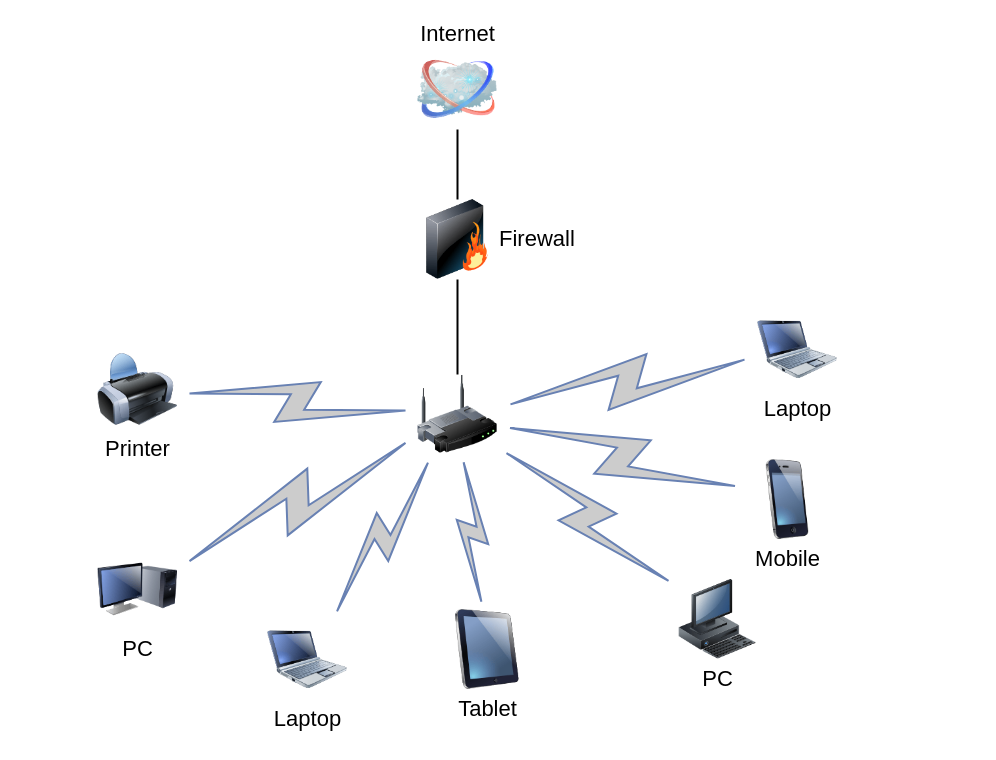
This is Untitled Diagram.drawio from horvath-bence/szgmgyak, a draw.io file, before an edit. Source tidied: cells renumbered, new cells numbered last; positions are measured from the earlier drawing's top-left corner, leaving out a move shared by most shapes. Both pictures are drawn from the tidied source at 100%, with x=0, y=0 at pixel (97, 49).
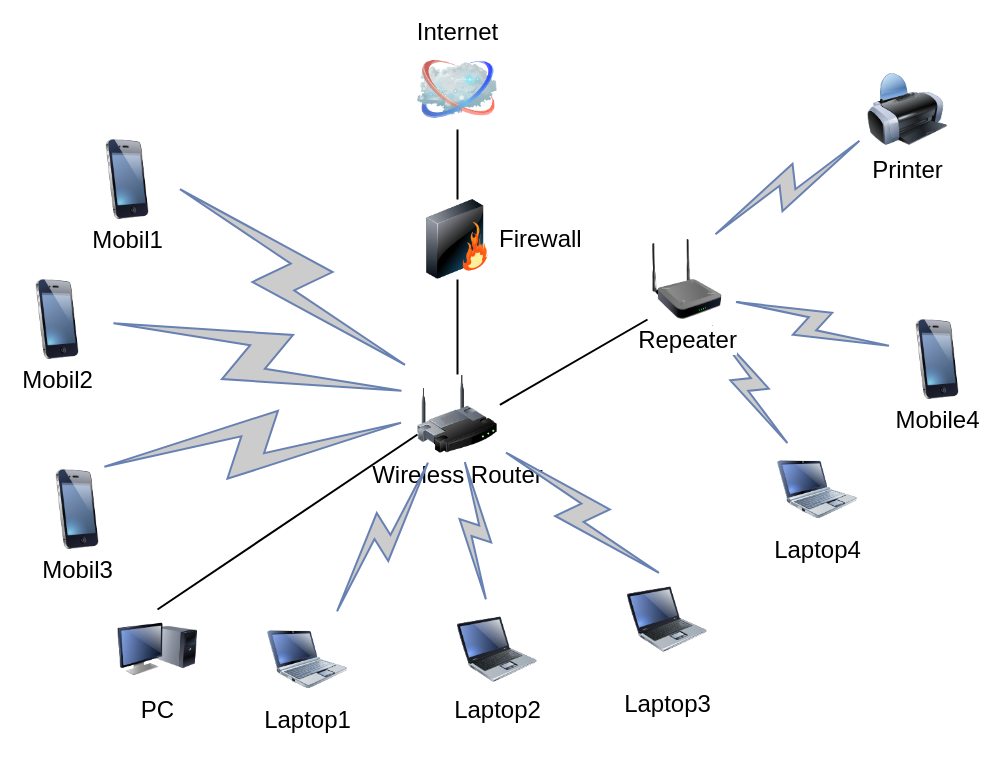
After the change.

Change to the diagram source:
```diff
@@
-    <mxCell id="3" style="image;html=1;labelBackgroundColor=#ffffff;image=img/lib/clip_art/networking/Wireless_Router_128x128.png;rounded=1;shadow=0;comic=0;strokeWidth=2;fontSize=22;" parent="1" vertex="1">
+    <mxCell id="3" value="&lt;font style=&quot;font-size: 24px&quot;&gt;Wireless Router&lt;/font&gt;" style="image;html=1;labelBackgroundColor=#ffffff;image=img/lib/clip_art/networking/Wireless_Router_128x128.png;rounded=1;shadow=0;comic=0;strokeWidth=2;fontSize=22;" parent="1" vertex="1">
       <mxGeometry x="320" y="325" width="80" height="80" as="geometry" />
     </mxCell>
-    <mxCell id="4" value="Internet" style="image;html=1;labelBackgroundColor=#ffffff;image=img/lib/clip_art/networking/Cloud_128x128.png;rounded=1;shadow=0;comic=0;strokeWidth=2;fontSize=22;labelPosition=center;verticalLabelPosition=top;align=center;verticalAlign=bottom;" parent="1" vertex="1">
+    <mxCell id="4" value="Internet" style="image;html=1;labelBackgroundColor=#ffffff;image=img/lib/clip_art/networking/Cloud_128x128.png;rounded=1;shadow=0;comic=0;strokeWidth=2;fontSize=24;labelPosition=center;verticalLabelPosition=top;align=center;verticalAlign=bottom;" parent="1" vertex="1">
       <mxGeometry x="320" width="80" height="80" as="geometry" />
     </mxCell>
@@
-    <mxCell id="6" value="Firewall" style="image;html=1;labelBackgroundColor=#ffffff;image=img/lib/clip_art/networking/Firewall_128x128.png;rounded=1;shadow=0;comic=0;strokeWidth=2;fontSize=22;labelPosition=right;verticalLabelPosition=middle;align=left;verticalAlign=middle;" parent="1" vertex="1">
+    <mxCell id="6" value="Firewall" style="image;html=1;labelBackgroundColor=#ffffff;image=img/lib/clip_art/networking/Firewall_128x128.png;rounded=1;shadow=0;comic=0;strokeWidth=2;fontSize=24;labelPosition=right;verticalLabelPosition=middle;align=left;verticalAlign=middle;" parent="1" vertex="1">
       <mxGeometry x="320" y="150" width="80" height="80" as="geometry" />
     </mxCell>
-    <mxCell id="7" value="Tablet" style="image;html=1;labelBackgroundColor=#ffffff;image=img/lib/clip_art/computers/iPad_128x128.png;rounded=1;shadow=0;comic=0;strokeWidth=2;fontSize=22;" parent="1" vertex="1">
-      <mxGeometry x="350" y="560" width="80" height="80" as="geometry" />
-    </mxCell>
-    <mxCell id="8" value="PC" style="image;html=1;labelBackgroundColor=#ffffff;image=img/lib/clip_art/computers/Monitor_Tower_128x128.png;rounded=1;shadow=0;comic=0;strokeWidth=2;fontSize=22;" parent="1" vertex="1">
-      <mxGeometry y="500" width="80" height="80" as="geometry" />
+    <mxCell id="8" value="PC" style="image;html=1;labelBackgroundColor=#ffffff;image=img/lib/clip_art/computers/Monitor_Tower_128x128.png;rounded=1;shadow=0;comic=0;strokeWidth=2;fontSize=24;" parent="1" vertex="1">
+      <mxGeometry x="20" y="560" width="80" height="80" as="geometry" />
     </mxCell>
-    <mxCell id="9" value="Printer" style="image;html=1;labelBackgroundColor=#ffffff;image=img/lib/clip_art/computers/Printer_128x128.png;rounded=1;shadow=0;comic=0;strokeWidth=2;fontSize=22;" parent="1" vertex="1">
-      <mxGeometry y="300" width="80" height="80" as="geometry" />
+    <mxCell id="9" value="Printer" style="image;html=1;labelBackgroundColor=#ffffff;image=img/lib/clip_art/computers/Printer_128x128.png;rounded=1;shadow=0;comic=0;strokeWidth=2;fontSize=24;" parent="1" vertex="1">
+      <mxGeometry x="770" y="20" width="80" height="80" as="geometry" />
     </mxCell>
-    <mxCell id="10" value="PC" style="image;html=1;labelBackgroundColor=#ffffff;image=img/lib/clip_art/computers/Workstation_128x128.png;rounded=1;shadow=0;comic=0;strokeWidth=2;fontSize=22;" parent="1" vertex="1">
-      <mxGeometry x="580" y="530" width="80" height="80" as="geometry" />
-    </mxCell>
-    <mxCell id="11" value="Mobile" style="image;html=1;labelBackgroundColor=#ffffff;image=img/lib/clip_art/telecommunication/iPhone_128x128.png;rounded=1;shadow=0;comic=0;strokeWidth=2;fontSize=22;" parent="1" vertex="1">
-      <mxGeometry x="650" y="410" width="80" height="80" as="geometry" />
+    <mxCell id="11" value="&lt;font style=&quot;font-size: 24px&quot;&gt;Mobile4&lt;/font&gt;" style="image;html=1;labelBackgroundColor=#ffffff;image=img/lib/clip_art/telecommunication/iPhone_128x128.png;rounded=1;shadow=0;comic=0;strokeWidth=2;fontSize=22;" parent="1" vertex="1">
+      <mxGeometry x="800" y="270" width="80" height="80" as="geometry" />
     </mxCell>
-    <mxCell id="12" value="Laptop" style="image;html=1;labelBackgroundColor=#ffffff;image=img/lib/clip_art/computers/Netbook_128x128.png;rounded=1;shadow=0;comic=0;strokeColor=#000000;strokeWidth=2;fillColor=#FFFFFF;fontSize=22;fontColor=#000000;" parent="1" vertex="1">
-      <mxGeometry x="660" y="260" width="80" height="80" as="geometry" />
+    <mxCell id="12" value="Laptop4" style="image;html=1;labelBackgroundColor=#ffffff;image=img/lib/clip_art/computers/Netbook_128x128.png;rounded=1;shadow=0;comic=0;strokeColor=#000000;strokeWidth=2;fillColor=#FFFFFF;fontSize=24;fontColor=#000000;" parent="1" vertex="1">
+      <mxGeometry x="680" y="400" width="80" height="80" as="geometry" />
     </mxCell>
-    <mxCell id="13" value="Laptop" style="image;html=1;labelBackgroundColor=#ffffff;image=img/lib/clip_art/computers/Netbook_128x128.png;rounded=1;shadow=0;comic=0;strokeWidth=2;fontSize=22;" parent="1" vertex="1">
+    <mxCell id="13" value="Laptop1" style="image;html=1;labelBackgroundColor=#ffffff;image=img/lib/clip_art/computers/Netbook_128x128.png;rounded=1;shadow=0;comic=0;strokeWidth=2;fontSize=24;" parent="1" vertex="1">
       <mxGeometry x="170" y="570" width="80" height="80" as="geometry" />
     </mxCell>
-    <mxCell id="14" style="html=1;fillColor=#CCCCCC;strokeColor=#6881B3;gradientColor=none;gradientDirection=north;strokeWidth=2;shape=mxgraph.networks.comm_link_edge;html=1;labelBackgroundColor=none;endArrow=none;fontFamily=Verdana;fontSize=22;fontColor=#000000;" parent="1" edge="1" source="9" target="3">
+    <mxCell id="14" style="html=1;fillColor=#CCCCCC;strokeColor=#6881B3;gradientColor=none;gradientDirection=north;strokeWidth=2;shape=mxgraph.networks.comm_link_edge;html=1;labelBackgroundColor=none;endArrow=none;fontFamily=Verdana;fontSize=22;fontColor=#000000;entryX=0.75;entryY=0;entryDx=0;entryDy=0;" parent="1" edge="1" source="9" target="23">
       <mxGeometry relative="1" as="geometry" />
     </mxCell>
-    <mxCell id="15" style="html=1;fillColor=#CCCCCC;strokeColor=#6881B3;gradientColor=none;gradientDirection=north;strokeWidth=2;shape=mxgraph.networks.comm_link_edge;html=1;labelBackgroundColor=none;endArrow=none;fontFamily=Verdana;fontSize=22;fontColor=#000000;fontStyle=1;" parent="1" edge="1" source="8" target="3">
+    <mxCell id="15" style="html=1;fillColor=#CCCCCC;strokeColor=#6881B3;gradientColor=none;gradientDirection=north;strokeWidth=2;shape=mxgraph.networks.comm_link_edge;html=1;labelBackgroundColor=none;endArrow=none;fontFamily=Verdana;fontSize=22;fontColor=#000000;fontStyle=1;exitX=0.63;exitY=-0.005;exitDx=0;exitDy=0;exitPerimeter=0;" parent="1" edge="1" source="25" target="3">
       <mxGeometry relative="1" as="geometry" />
     </mxCell>
@@
-    <mxCell id="17" style="html=1;fillColor=#CCCCCC;strokeColor=#6881B3;gradientColor=none;gradientDirection=north;strokeWidth=2;shape=mxgraph.networks.comm_link_edge;html=1;labelBackgroundColor=none;endArrow=none;fontFamily=Verdana;fontSize=22;fontColor=#000000;" parent="1" edge="1" source="7" target="3">
+    <mxCell id="17" style="html=1;fillColor=#CCCCCC;strokeColor=#6881B3;gradientColor=none;gradientDirection=north;strokeWidth=2;shape=mxgraph.networks.comm_link_edge;html=1;labelBackgroundColor=none;endArrow=none;fontFamily=Verdana;fontSize=22;fontColor=#000000;exitX=0.37;exitY=-0.032;exitDx=0;exitDy=0;exitPerimeter=0;" parent="1" edge="1" source="21" target="3">
       <mxGeometry relative="1" as="geometry" />
     </mxCell>
-    <mxCell id="18" style="html=1;fillColor=#CCCCCC;strokeColor=#6881B3;gradientColor=none;gradientDirection=north;strokeWidth=2;shape=mxgraph.networks.comm_link_edge;html=1;labelBackgroundColor=none;endArrow=none;fontFamily=Verdana;fontSize=22;fontColor=#000000;" parent="1" edge="1" source="10" target="3">
+    <mxCell id="18" style="html=1;fillColor=#CCCCCC;strokeColor=#6881B3;gradientColor=none;gradientDirection=north;strokeWidth=2;shape=mxgraph.networks.comm_link_edge;html=1;labelBackgroundColor=none;endArrow=none;fontFamily=Verdana;fontSize=22;fontColor=#000000;exitX=0.5;exitY=0;exitDx=0;exitDy=0;" parent="1" edge="1" source="22" target="3">
       <mxGeometry relative="1" as="geometry" />
     </mxCell>
-    <mxCell id="19" style="html=1;fillColor=#CCCCCC;strokeColor=#6881B3;gradientColor=none;gradientDirection=north;strokeWidth=2;shape=mxgraph.networks.comm_link_edge;html=1;labelBackgroundColor=none;endArrow=none;fontFamily=Verdana;fontSize=22;fontColor=#000000;" parent="1" edge="1" source="11" target="3">
+    <mxCell id="19" style="html=1;fillColor=#CCCCCC;strokeColor=#6881B3;gradientColor=none;gradientDirection=north;strokeWidth=2;shape=mxgraph.networks.comm_link_edge;html=1;labelBackgroundColor=none;endArrow=none;fontFamily=Verdana;fontSize=22;fontColor=#000000;entryX=1;entryY=0.75;entryDx=0;entryDy=0;" parent="1" edge="1" source="11" target="23">
       <mxGeometry relative="1" as="geometry" />
     </mxCell>
-    <mxCell id="20" style="html=1;fillColor=#CCCCCC;strokeColor=#6881B3;gradientColor=none;gradientDirection=north;strokeWidth=2;shape=mxgraph.networks.comm_link_edge;html=1;labelBackgroundColor=none;endArrow=none;fontFamily=Verdana;fontSize=22;fontColor=#000000;" parent="1" edge="1" source="12" target="3">
+    <mxCell id="20" style="html=1;fillColor=#CCCCCC;strokeColor=#6881B3;gradientColor=none;gradientDirection=north;strokeWidth=2;shape=mxgraph.networks.comm_link_edge;html=1;labelBackgroundColor=none;endArrow=none;fontFamily=Verdana;fontSize=22;fontColor=#000000;entryX=0.75;entryY=1;entryDx=0;entryDy=0;" parent="1" edge="1" source="12" target="23">
       <mxGeometry relative="1" as="geometry" />
     </mxCell>
+    <mxCell id="21" value="&lt;font style=&quot;font-size: 24px&quot;&gt;Laptop2&lt;/font&gt;" style="image;html=1;image=img/lib/clip_art/computers/Laptop_128x128.png;fontFamily=Helvetica;fontSize=15;" parent="1" vertex="1">
+      <mxGeometry x="360" y="560" width="80" height="80" as="geometry" />
+    </mxCell>
+    <mxCell id="22" value="&lt;p style=&quot;font-size: 24px&quot;&gt;&lt;font style=&quot;font-size: 24px&quot;&gt;La&lt;/font&gt;&lt;font style=&quot;font-size: 24px&quot;&gt;ptop3&lt;/font&gt;&lt;/p&gt;" style="image;html=1;image=img/lib/clip_art/computers/Laptop_128x128.png;fontSize=20;" parent="1" vertex="1">
+      <mxGeometry x="530" y="530" width="80" height="80" as="geometry" />
+    </mxCell>
+    <mxCell id="23" value="&lt;font style=&quot;font-size: 24px&quot;&gt;Repeater&lt;/font&gt;" style="image;html=1;image=img/lib/clip_art/networking/Repeater_128x128.png;fontFamily=Helvetica;fontSize=20;" parent="1" vertex="1">
+      <mxGeometry x="550" y="190" width="80" height="80" as="geometry" />
+    </mxCell>
+    <mxCell id="24" value="Mobil2" style="image;html=1;image=img/lib/clip_art/telecommunication/iPhone_128x128.png;fontFamily=Helvetica;fontSize=24;" parent="1" vertex="1">
+      <mxGeometry x="-80" y="230" width="80" height="80" as="geometry" />
+    </mxCell>
+    <mxCell id="25" value="&lt;font style=&quot;font-size: 24px&quot;&gt;Mobil3&lt;/font&gt;" style="image;html=1;image=img/lib/clip_art/telecommunication/iPhone_128x128.png;fontFamily=Helvetica;fontSize=20;" parent="1" vertex="1">
+      <mxGeometry x="-60" y="420" width="80" height="80" as="geometry" />
+    </mxCell>
+    <mxCell id="26" value="&lt;font style=&quot;font-size: 24px&quot;&gt;Mobil1&lt;/font&gt;" style="image;html=1;image=img/lib/clip_art/telecommunication/iPhone_128x128.png;fontFamily=Helvetica;fontSize=20;" parent="1" vertex="1">
+      <mxGeometry x="-10" y="90" width="80" height="80" as="geometry" />
+    </mxCell>
+    <mxCell id="27" style="edgeStyle=none;rounded=0;html=1;labelBackgroundColor=none;endArrow=none;strokeWidth=2;fontFamily=Verdana;fontSize=22;entryX=0;entryY=1;entryDx=0;entryDy=0;exitX=1.03;exitY=0.379;exitDx=0;exitDy=0;exitPerimeter=0;" parent="1" edge="1" source="3" target="23">
+      <mxGeometry relative="1" as="geometry" />
+    </mxCell>
+    <mxCell id="28" style="edgeStyle=none;rounded=0;html=1;labelBackgroundColor=none;endArrow=none;strokeWidth=2;fontFamily=Verdana;fontSize=22;entryX=0.5;entryY=0;entryDx=0;entryDy=0;exitX=0;exitY=0.75;exitDx=0;exitDy=0;" parent="1" edge="1" source="3" target="8">
+      <mxGeometry relative="1" as="geometry" />
+    </mxCell>
+    <mxCell id="29" style="html=1;fillColor=#CCCCCC;strokeColor=#6881B3;gradientColor=none;gradientDirection=north;strokeWidth=2;shape=mxgraph.networks.comm_link_edge;html=1;labelBackgroundColor=none;endArrow=none;fontFamily=Verdana;fontSize=22;fontColor=#000000;fontStyle=1;exitX=1;exitY=0.5;exitDx=0;exitDy=0;entryX=0;entryY=0;entryDx=0;entryDy=0;" parent="1" edge="1" source="26" target="3">
+      <mxGeometry relative="1" as="geometry" />
+    </mxCell>
+    <mxCell id="30" style="html=1;fillColor=#CCCCCC;strokeColor=#6881B3;gradientColor=none;gradientDirection=north;strokeWidth=2;shape=mxgraph.networks.comm_link_edge;html=1;labelBackgroundColor=none;endArrow=none;fontFamily=Verdana;fontSize=22;fontColor=#000000;fontStyle=1;exitX=1;exitY=0.5;exitDx=0;exitDy=0;entryX=0;entryY=0.25;entryDx=0;entryDy=0;" parent="1" edge="1" source="24" target="3">
+      <mxGeometry relative="1" as="geometry" />
+    </mxCell>
```
